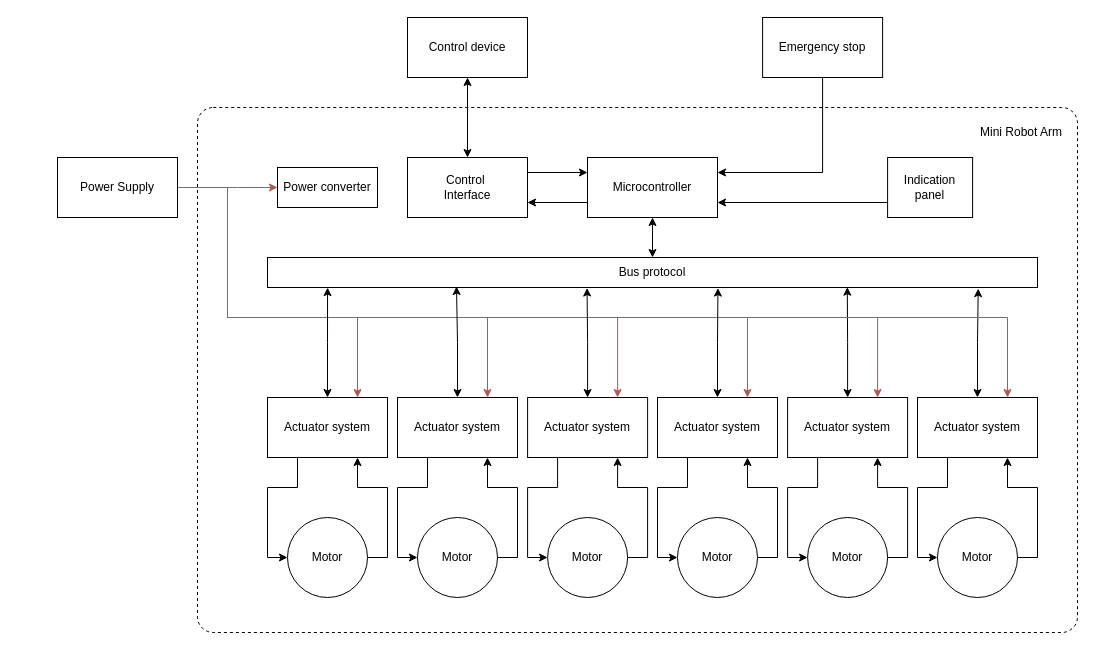
The draw.io diagram Src/extra/Main control system.drawio in foxybbb/diploma-bachelor, before the edit. Source tidied: cells renumbered, new cells numbered last; positions are measured from the earlier drawing's top-left corner, leaving out a move shared by most shapes. Both pictures are drawn from the tidied source at 100%, with x=0, y=0 at pixel (57, 17).
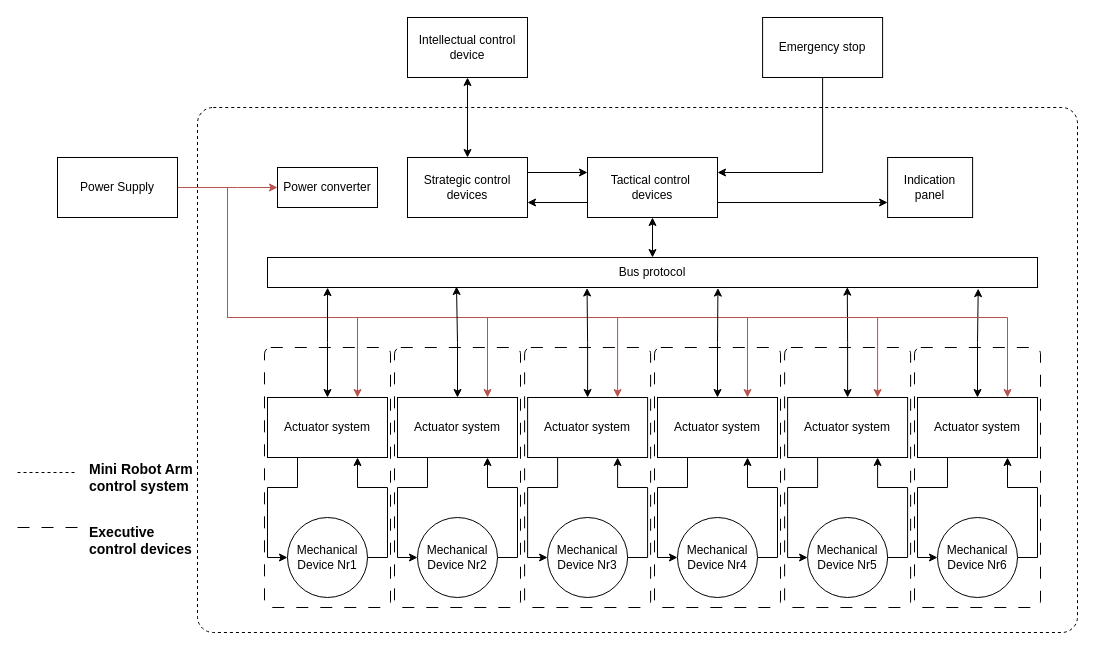
The same page after the edit.

Unchanged cells that the change refers to:
```xml
<mxCell id="8" value="Indication panel" style="rounded=0;whiteSpace=wrap;html=1;" parent="1" vertex="1">
  <mxGeometry x="830.1" y="140" width="85" height="60" as="geometry" />
</mxCell>
```

Diff of the diagram source:
```diff
@@
+    <mxCell id="57" style="edgeStyle=orthogonalEdgeStyle;rounded=0;jettySize=auto;html=1;exitX=1;exitY=0.75;exitDx=0;exitDy=0;entryX=0;entryY=0.75;entryDx=0;entryDy=0;" parent="1" edge="1" source="6" target="8">
+      <mxGeometry relative="1" as="geometry" />
+    </mxCell>
-    <mxCell id="6" value="Microcontroller" style="rounded=0;whiteSpace=wrap;html=1;" parent="1" vertex="1">
+    <mxCell id="6" value="&lt;div&gt;Tactical control&amp;nbsp;&lt;/div&gt;&lt;div&gt;devices&lt;/div&gt;" style="rounded=0;whiteSpace=wrap;html=1;" parent="1" vertex="1">
       <mxGeometry x="530" y="140" width="130" height="60" as="geometry" />
     </mxCell>
-    <mxCell id="7" style="edgeStyle=orthogonalEdgeStyle;rounded=0;jettySize=auto;html=1;exitX=0;exitY=0.75;exitDx=0;exitDy=0;entryX=1;entryY=0.75;entryDx=0;entryDy=0;" parent="1" edge="1" source="8" target="6">
-      <mxGeometry relative="1" as="geometry" />
-    </mxCell>
@@
-    <mxCell id="10" value="&lt;div&gt;Control&amp;nbsp;&lt;/div&gt;&lt;div&gt;Interface&lt;/div&gt;" style="rounded=0;whiteSpace=wrap;html=1;" parent="1" vertex="1">
+    <mxCell id="10" value="Strategic control devices" style="rounded=0;whiteSpace=wrap;html=1;" parent="1" vertex="1">
       <mxGeometry x="350" y="140" width="120" height="60" as="geometry" />
     </mxCell>
@@
-    <mxCell id="14" value="Motor" style="ellipse;whiteSpace=wrap;html=1;" parent="1" vertex="1">
+    <mxCell id="14" value="Mechanical Device Nr1" style="ellipse;whiteSpace=wrap;html=1;" parent="1" vertex="1">
       <mxGeometry x="230" y="500" width="80" height="80" as="geometry" />
     </mxCell>
@@
-    <mxCell id="18" value="Motor" style="ellipse;whiteSpace=wrap;html=1;" parent="1" vertex="1">
+    <mxCell id="18" value="Mechanical Device Nr2" style="ellipse;whiteSpace=wrap;html=1;" parent="1" vertex="1">
       <mxGeometry x="360" y="500" width="80" height="80" as="geometry" />
     </mxCell>
@@
-    <mxCell id="22" value="Motor" style="ellipse;whiteSpace=wrap;html=1;" parent="1" vertex="1">
+    <mxCell id="22" value="Mechanical Device Nr3" style="ellipse;whiteSpace=wrap;html=1;" parent="1" vertex="1">
       <mxGeometry x="490.1" y="500" width="80" height="80" as="geometry" />
     </mxCell>
@@
-    <mxCell id="26" value="Motor" style="ellipse;whiteSpace=wrap;html=1;" parent="1" vertex="1">
+    <mxCell id="26" value="Mechanical Device Nr4" style="ellipse;whiteSpace=wrap;html=1;" parent="1" vertex="1">
       <mxGeometry x="620" y="500" width="80" height="80" as="geometry" />
     </mxCell>
@@
-    <mxCell id="31" value="Motor" style="ellipse;whiteSpace=wrap;html=1;" parent="1" vertex="1">
+    <mxCell id="31" value="Mechanical Device Nr5" style="ellipse;whiteSpace=wrap;html=1;" parent="1" vertex="1">
       <mxGeometry x="750.1" y="500" width="80" height="80" as="geometry" />
     </mxCell>
@@
-    <mxCell id="36" value="Motor" style="ellipse;whiteSpace=wrap;html=1;" parent="1" vertex="1">
+    <mxCell id="36" value="Mechanical Device Nr6" style="ellipse;whiteSpace=wrap;html=1;" parent="1" vertex="1">
       <mxGeometry x="880" y="500" width="80" height="80" as="geometry" />
     </mxCell>
@@
-    <mxCell id="54" value="Mini Robot Arm" style="text;html=1;strokeColor=none;fillColor=none;align=center;verticalAlign=middle;whiteSpace=wrap;rounded=0;" parent="1" vertex="1">
-      <mxGeometry x="920" y="100" width="88" height="30" as="geometry" />
-    </mxCell>
@@
-    <mxCell id="56" value="Control device" style="rounded=0;whiteSpace=wrap;html=1;" parent="1" vertex="1">
+    <mxCell id="56" value="Intellectual control device" style="rounded=0;whiteSpace=wrap;html=1;" parent="1" vertex="1">
       <mxGeometry x="350" width="120" height="60" as="geometry" />
     </mxCell>
+    <mxCell id="58" value="Executive &#10;control devices" style="text;whiteSpace=wrap;align=left;fontSize=14;fontStyle=1;" parent="1" vertex="1">
+      <mxGeometry x="30" y="500" width="190" height="40" as="geometry" />
+    </mxCell>
+    <mxCell id="59" value="Mini Robot Arm control system" style="text;html=1;strokeColor=none;fillColor=none;align=left;verticalAlign=middle;whiteSpace=wrap;rounded=0;fontSize=14;fontStyle=1;" parent="1" vertex="1">
+      <mxGeometry x="30" y="445" width="120" height="30" as="geometry" />
+    </mxCell>
+    <mxCell id="60" style="endArrow=none;dashed=1;html=1;rounded=0;" parent="1" edge="1">
+      <mxGeometry relative="1" as="geometry">
+        <mxPoint x="-40" y="455" as="sourcePoint" />
+        <mxPoint x="20" y="455" as="targetPoint" />
+      </mxGeometry>
+    </mxCell>
+    <mxCell id="61" style="endArrow=none;dashed=1;html=1;rounded=0;dashPattern=12 12;" parent="1" edge="1">
+      <mxGeometry relative="1" as="geometry">
+        <mxPoint x="-40" y="510" as="sourcePoint" />
+        <mxPoint x="20" y="510" as="targetPoint" />
+      </mxGeometry>
+    </mxCell>
+    <mxCell id="62" style="rounded=1;whiteSpace=wrap;html=1;fillColor=none;arcSize=5;dashed=1;dashPattern=12 12;" parent="1" vertex="1">
+      <mxGeometry x="337" y="330" width="126" height="260" as="geometry" />
+    </mxCell>
+    <mxCell id="63" style="rounded=1;whiteSpace=wrap;html=1;fillColor=none;arcSize=5;dashed=1;dashPattern=12 12;" parent="1" vertex="1">
+      <mxGeometry x="207" y="330" width="126" height="260" as="geometry" />
+    </mxCell>
+    <mxCell id="64" style="rounded=1;whiteSpace=wrap;html=1;fillColor=none;arcSize=5;dashed=1;dashPattern=12 12;" parent="1" vertex="1">
+      <mxGeometry x="467.1" y="330" width="126" height="260" as="geometry" />
+    </mxCell>
+    <mxCell id="65" style="rounded=1;whiteSpace=wrap;html=1;fillColor=none;arcSize=5;dashed=1;dashPattern=12 12;" parent="1" vertex="1">
+      <mxGeometry x="597" y="330" width="126" height="260" as="geometry" />
+    </mxCell>
+    <mxCell id="66" style="rounded=1;whiteSpace=wrap;html=1;fillColor=none;arcSize=5;dashed=1;dashPattern=12 12;" parent="1" vertex="1">
+      <mxGeometry x="727.1" y="330" width="126" height="260" as="geometry" />
+    </mxCell>
+    <mxCell id="67" style="rounded=1;whiteSpace=wrap;html=1;fillColor=none;arcSize=5;dashed=1;dashPattern=12 12;" parent="1" vertex="1">
+      <mxGeometry x="857" y="330" width="126" height="260" as="geometry" />
+    </mxCell>
```
